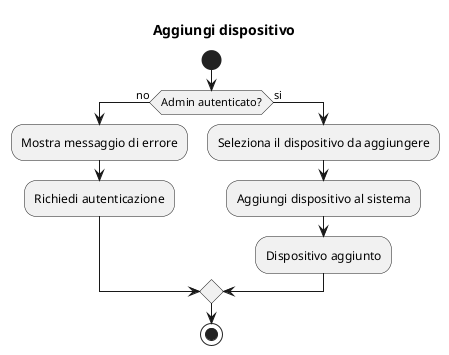
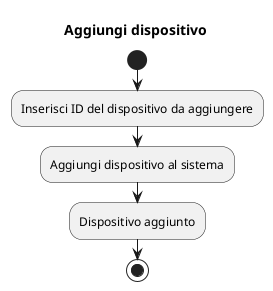
@startuml aggiungidispositivo
title Aggiungi dispositivo

start
- if (Admin autenticato?) then (no)
-     :Mostra messaggio di errore;
-     :Richiedi autenticazione;

- else (si)
-     :Seleziona il dispositivo da aggiungere;
-     :Aggiungi dispositivo al sistema;
-     :Dispositivo aggiunto;
- endif
+ :Inserisci ID del dispositivo da aggiungere;
+ :Aggiungi dispositivo al sistema;
+ :Dispositivo aggiunto;
+ 
stop
@enduml